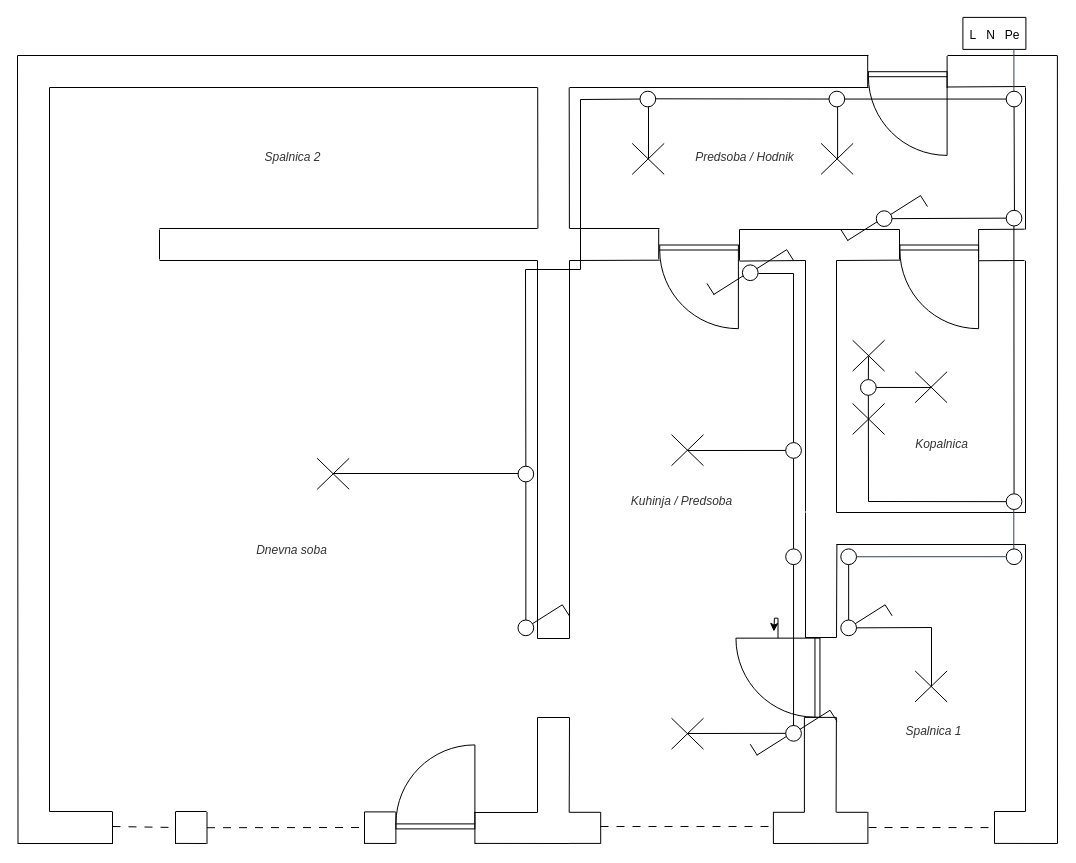
Earlier version of the draw.io diagram Flat.drawio (Pino-Tortellino/Implementation-Schemes). Source tidied: cells renumbered, new cells numbered last; positions are measured from the earlier drawing's top-left corner, leaving out a move shared by most shapes. Both pictures are drawn from the tidied source at 100%, with x=0, y=0 at pixel (17, 17).
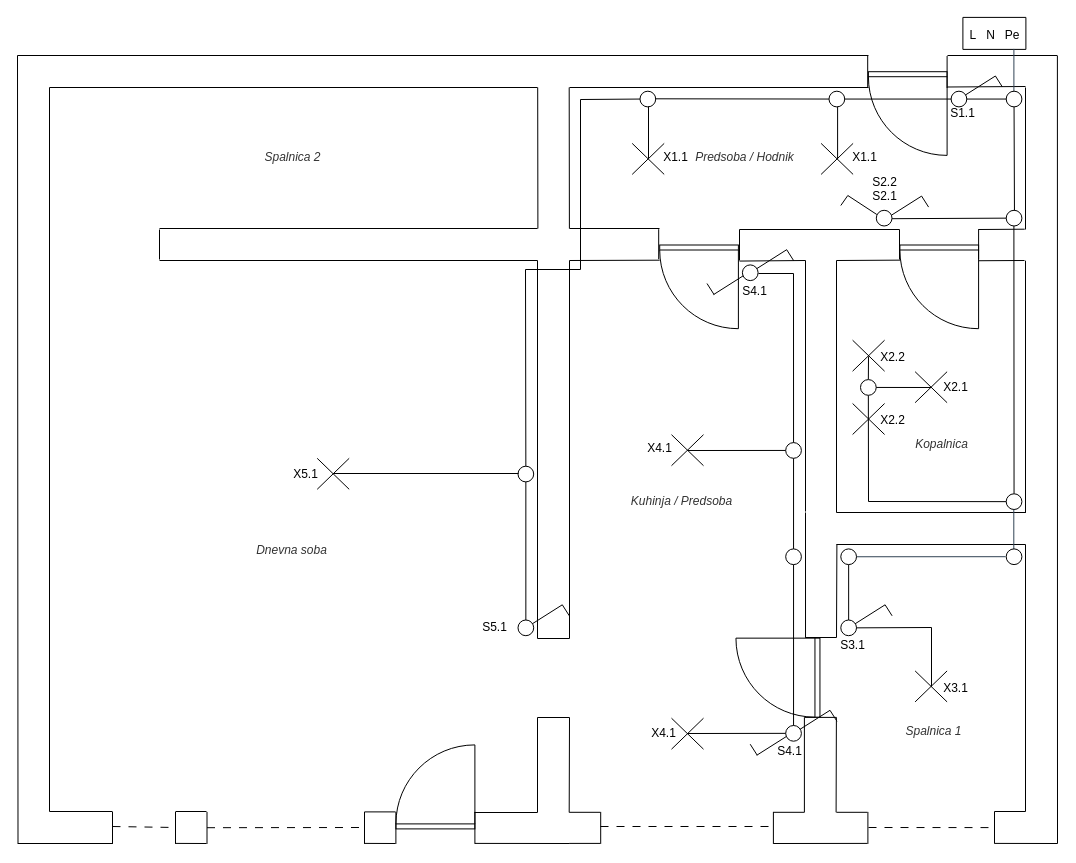
The same page after the edit.

The change refers to these unchanged cells:
```xml
<mxCell id="58" style="verticalLabelPosition=bottom;html=1;verticalAlign=top;align=center;shape=mxgraph.floorplan.doorLeft;rotation=90;" parent="1" vertex="1">
  <mxGeometry x="721" y="618.2" width="79" height="83.9" as="geometry" />
</mxCell>
<mxCell id="90" style="ellipse;whiteSpace=wrap;html=1;" parent="1" vertex="1">
  <mxGeometry x="988.7" y="192.8" width="15.7" height="15.7" as="geometry" />
</mxCell>
```

Diff of the diagram source:
```diff
@@
-    <mxCell id="57" style="edgeStyle=orthogonalEdgeStyle;rounded=0;jettySize=auto;html=1;" parent="1" edge="1" source="58">
-      <mxGeometry relative="1" as="geometry">
-        <mxPoint x="756.4" y="614" as="targetPoint" />
-      </mxGeometry>
-    </mxCell>
@@
-    <mxCell id="157" style="ellipse;whiteSpace=wrap;html=1;" parent="1" vertex="1">
-      <mxGeometry x="858.8" y="193.3" width="15.7" height="15.7" as="geometry" />
-    </mxCell>
-    <mxCell id="158" style="endArrow=none;html=1;rounded=0;" parent="1" edge="1">
-      <mxGeometry relative="1" as="geometry">
-        <mxPoint x="873" y="197.1" as="sourcePoint" />
-        <mxPoint x="903" y="178.1" as="targetPoint" />
-      </mxGeometry>
-    </mxCell>
-    <mxCell id="159" style="endArrow=none;html=1;rounded=0;" parent="1" edge="1">
-      <mxGeometry relative="1" as="geometry">
-        <mxPoint x="910" y="189.1" as="sourcePoint" />
-        <mxPoint x="903" y="178.1" as="targetPoint" />
-      </mxGeometry>
-    </mxCell>
-    <mxCell id="160" style="endArrow=none;html=1;rounded=0;" parent="1" edge="1">
-      <mxGeometry relative="1" as="geometry">
-        <mxPoint x="829.8" y="223.2" as="sourcePoint" />
-        <mxPoint x="859.8" y="204.2" as="targetPoint" />
-      </mxGeometry>
-    </mxCell>
-    <mxCell id="161" style="endArrow=none;html=1;rounded=0;" parent="1" edge="1">
-      <mxGeometry relative="1" as="geometry">
-        <mxPoint x="830.3" y="223" as="sourcePoint" />
-        <mxPoint x="823.3" y="212" as="targetPoint" />
-      </mxGeometry>
-    </mxCell>
-    <mxCell id="162" style="endArrow=none;html=1;rounded=0;entryX=0;entryY=0.5;entryDx=0;entryDy=0;exitX=1;exitY=0.5;exitDx=0;exitDy=0;" parent="1" edge="1" source="157" target="90">
-      <mxGeometry relative="1" as="geometry" />
+    <mxCell id="162" style="endArrow=none;html=1;rounded=0;entryX=0;entryY=0.5;entryDx=0;entryDy=0;exitX=1;exitY=0.5;exitDx=0;exitDy=0;" parent="1" edge="1" target="90">
+      <mxGeometry relative="1" as="geometry">
+        <mxPoint x="874.5" y="201.2" as="sourcePoint" />
+      </mxGeometry>
     </mxCell>
@@
+    <mxCell id="174" value="X1.1" style="text;html=1;align=center;verticalAlign=middle;strokeColor=none;fillColor=none;" parent="1" vertex="1">
+      <mxGeometry x="823.3" y="125.9" width="47.2" height="27.6" as="geometry" />
+    </mxCell>
+    <mxCell id="175" value="X1.1" style="text;html=1;align=center;verticalAlign=middle;strokeColor=none;fillColor=none;" parent="1" vertex="1">
+      <mxGeometry x="634.4" y="125.9" width="47.2" height="27.6" as="geometry" />
+    </mxCell>
+    <mxCell id="176" style="ellipse;whiteSpace=wrap;html=1;" parent="1" vertex="1">
+      <mxGeometry x="933.6" y="73.7" width="15.7" height="15.7" as="geometry" />
+    </mxCell>
+    <mxCell id="177" style="endArrow=none;html=1;rounded=0;" parent="1" edge="1">
+      <mxGeometry relative="1" as="geometry">
+        <mxPoint x="947.9" y="77.5" as="sourcePoint" />
+        <mxPoint x="977.9" y="58.5" as="targetPoint" />
+      </mxGeometry>
+    </mxCell>
+    <mxCell id="178" style="endArrow=none;html=1;rounded=0;" parent="1" edge="1">
+      <mxGeometry relative="1" as="geometry">
+        <mxPoint x="984.9" y="69.5" as="sourcePoint" />
+        <mxPoint x="977.9" y="58.5" as="targetPoint" />
+      </mxGeometry>
+    </mxCell>
+    <mxCell id="179" value="S1.1" style="text;html=1;align=center;verticalAlign=middle;strokeColor=none;fillColor=none;" parent="1" vertex="1">
+      <mxGeometry x="921.8" y="82.3" width="47.2" height="27.6" as="geometry" />
+    </mxCell>
+    <mxCell id="180" value="S2.1" style="text;html=1;align=center;verticalAlign=middle;strokeColor=none;fillColor=none;" parent="1" vertex="1">
+      <mxGeometry x="843" y="165.2" width="47.2" height="27.6" as="geometry" />
+    </mxCell>
+    <mxCell id="181" style="ellipse;whiteSpace=wrap;html=1;" parent="1" vertex="1">
+      <mxGeometry x="858.8" y="192.8" width="15.7" height="15.7" as="geometry" />
+    </mxCell>
+    <mxCell id="182" style="endArrow=none;html=1;rounded=0;" parent="1" edge="1">
+      <mxGeometry relative="1" as="geometry">
+        <mxPoint x="874.1" y="197.6" as="sourcePoint" />
+        <mxPoint x="904.1" y="178.6" as="targetPoint" />
+      </mxGeometry>
+    </mxCell>
+    <mxCell id="183" style="endArrow=none;html=1;rounded=0;" parent="1" edge="1">
+      <mxGeometry relative="1" as="geometry">
+        <mxPoint x="911.1" y="189.6" as="sourcePoint" />
+        <mxPoint x="904.1" y="178.6" as="targetPoint" />
+      </mxGeometry>
+    </mxCell>
+    <mxCell id="184" style="group;rotation=5;" parent="1" vertex="1">
+      <mxGeometry x="823.3" y="179" width="37" height="17.2" as="geometry" />
+    </mxCell>
+    <mxCell id="185" style="endArrow=none;html=1;rounded=0;" parent="184" edge="1">
+      <mxGeometry relative="1" as="geometry">
+        <mxPoint x="36" y="18" as="sourcePoint" />
+        <mxPoint x="7" y="-1" as="targetPoint" />
+      </mxGeometry>
+    </mxCell>
+    <mxCell id="186" style="endArrow=none;html=1;rounded=0;" parent="184" edge="1">
+      <mxGeometry relative="1" as="geometry">
+        <mxPoint x="7" y="-1" as="sourcePoint" />
+        <mxPoint y="9" as="targetPoint" />
+      </mxGeometry>
+    </mxCell>
+    <mxCell id="187" value="X2.1" style="text;html=1;align=center;verticalAlign=middle;strokeColor=none;fillColor=none;" parent="1" vertex="1">
+      <mxGeometry x="913.9" y="356.2" width="47.2" height="27.6" as="geometry" />
+    </mxCell>
+    <mxCell id="188" value="S2.2" style="text;html=1;align=center;verticalAlign=middle;strokeColor=none;fillColor=none;" parent="1" vertex="1">
+      <mxGeometry x="843" y="151.5" width="47.2" height="27.6" as="geometry" />
+    </mxCell>
+    <mxCell id="189" value="&lt;span style=&quot;background-color: transparent; color: light-dark(rgb(0, 0, 0), rgb(255, 255, 255));&quot;&gt;X2.2&lt;/span&gt;" style="text;html=1;align=center;verticalAlign=middle;strokeColor=none;fillColor=none;" parent="1" vertex="1">
+      <mxGeometry x="850.9" y="326.6" width="47.2" height="27.6" as="geometry" />
+    </mxCell>
+    <mxCell id="190" value="&lt;span style=&quot;background-color: transparent; color: light-dark(rgb(0, 0, 0), rgb(255, 255, 255));&quot;&gt;X2.2&lt;/span&gt;" style="text;html=1;align=center;verticalAlign=middle;strokeColor=none;fillColor=none;" parent="1" vertex="1">
+      <mxGeometry x="850.9" y="389" width="47.2" height="27.6" as="geometry" />
+    </mxCell>
+    <mxCell id="191" value="S3.1" style="text;html=1;align=center;verticalAlign=middle;strokeColor=none;fillColor=none;" parent="1" vertex="1">
+      <mxGeometry x="811.5" y="614" width="47.2" height="27.6" as="geometry" />
+    </mxCell>
+    <mxCell id="192" value="X3.1" style="text;html=1;align=center;verticalAlign=middle;strokeColor=none;fillColor=none;" parent="1" vertex="1">
+      <mxGeometry x="914.3" y="657.4" width="47.2" height="27.6" as="geometry" />
+    </mxCell>
+    <mxCell id="193" value="S4.1" style="text;html=1;align=center;verticalAlign=middle;strokeColor=none;fillColor=none;" parent="1" vertex="1">
+      <mxGeometry x="748.5" y="720.3" width="47.2" height="27.6" as="geometry" />
+    </mxCell>
+    <mxCell id="194" value="S4.1" style="text;html=1;align=center;verticalAlign=middle;strokeColor=none;fillColor=none;" parent="1" vertex="1">
+      <mxGeometry x="713.1" y="259.7" width="47.2" height="27.6" as="geometry" />
+    </mxCell>
+    <mxCell id="195" value="X4.1" style="text;html=1;align=center;verticalAlign=middle;strokeColor=none;fillColor=none;" parent="1" vertex="1">
+      <mxGeometry x="622.5" y="702.1" width="47.2" height="27.6" as="geometry" />
+    </mxCell>
+    <mxCell id="196" value="S5.1" style="text;html=1;align=center;verticalAlign=middle;strokeColor=none;fillColor=none;" parent="1" vertex="1">
+      <mxGeometry x="453.2" y="596.6" width="47.2" height="27.6" as="geometry" />
+    </mxCell>
+    <mxCell id="197" value="X5.1" style="text;html=1;align=center;verticalAlign=middle;strokeColor=none;fillColor=none;" parent="1" vertex="1">
+      <mxGeometry x="264.3" y="442.8" width="47.2" height="27.6" as="geometry" />
+    </mxCell>
+    <mxCell id="198" value="X4.1" style="text;html=1;align=center;verticalAlign=middle;strokeColor=none;fillColor=none;" parent="1" vertex="1">
+      <mxGeometry x="618.6" y="417" width="47.2" height="27.6" as="geometry" />
+    </mxCell>
```
